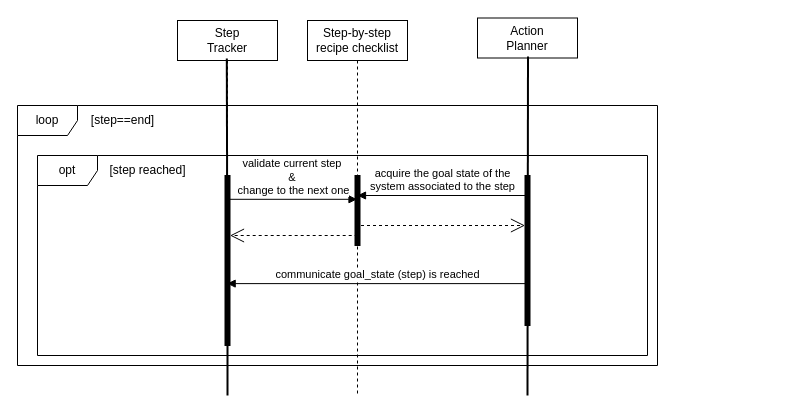
The draw.io diagram src/recipe_tracking/diagrams/sequence_diagram.drawio in ignithor/Assignment_Cogar_Group_C, before the edit. Source tidied: cells renumbered, new cells numbered last; positions are measured from the earlier drawing's top-left corner, leaving out a move shared by most shapes. Both pictures are drawn from the tidied source at 100%, with x=0, y=0 at pixel (17, 17).
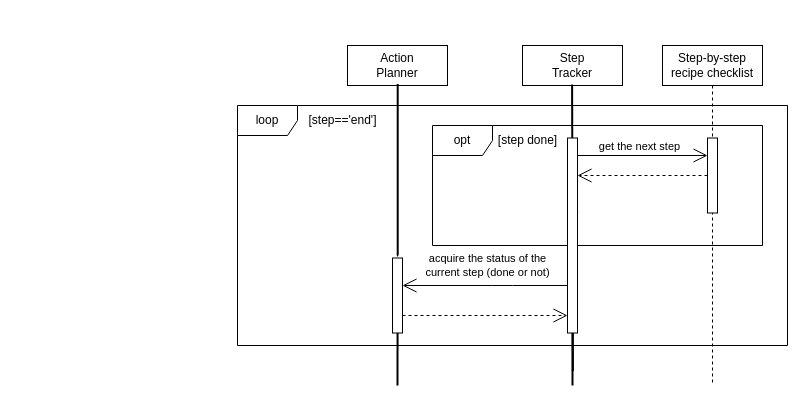
The same diagram, later.

What changed in the source:
```diff
@@
     <mxCell id="2" value="loop" style="shape=umlFrame;whiteSpace=wrap;html=1;" parent="1" vertex="1">
-      <mxGeometry y="88" width="640" height="260" as="geometry" />
+      <mxGeometry x="220" y="88" width="550" height="240" as="geometry" />
     </mxCell>
-    <mxCell id="3" value="[step==end]" style="text;html=1;align=center;verticalAlign=middle;strokeColor=none;fillColor=none;" parent="1" vertex="1">
-      <mxGeometry x="60" y="88" width="90" height="30" as="geometry" />
+    <mxCell id="3" value="[step=='end']" style="text;html=1;align=center;verticalAlign=middle;strokeColor=none;fillColor=none;" parent="1" vertex="1">
+      <mxGeometry x="280" y="88" width="90" height="30" as="geometry" />
     </mxCell>
     <mxCell id="4" value="opt" style="shape=umlFrame;whiteSpace=wrap;html=1;" parent="1" vertex="1">
-      <mxGeometry x="20" y="138" width="610" height="200" as="geometry" />
+      <mxGeometry x="415" y="108" width="330" height="120" as="geometry" />
     </mxCell>
-    <mxCell id="5" value="[step reached]" style="text;html=1;align=center;verticalAlign=middle;strokeColor=none;fillColor=none;" parent="1" vertex="1">
-      <mxGeometry x="80" y="138" width="100" height="30" as="geometry" />
+    <mxCell id="5" value="[step done]" style="text;html=1;align=center;verticalAlign=middle;strokeColor=none;fillColor=none;" parent="1" vertex="1">
+      <mxGeometry x="470" y="108" width="80" height="30" as="geometry" />
     </mxCell>
     <mxCell id="6" value="Step&lt;div&gt;Tracker&lt;/div&gt;" style="shape=umlLifeline;perimeter=lifelinePerimeter;whiteSpace=wrap;html=1;outlineConnect=0;portConstraint=eastwest;newEdgeStyle={&quot;curved&quot;:0,&quot;rounded&quot;:0};" parent="1" vertex="1">
-      <mxGeometry x="160" y="3" width="100" height="365" as="geometry" />
+      <mxGeometry x="505" y="28" width="100" height="340" as="geometry" />
     </mxCell>
     <mxCell id="7" value="Step-by-step&lt;div&gt;recipe checklist&lt;/div&gt;" style="shape=umlLifeline;perimeter=lifelinePerimeter;whiteSpace=wrap;html=1;outlineConnect=0;portConstraint=eastwest;newEdgeStyle={&quot;curved&quot;:0,&quot;rounded&quot;:0};" parent="1" vertex="1">
-      <mxGeometry x="290" y="3" width="100" height="375" as="geometry" />
+      <mxGeometry x="645" y="28" width="100" height="340" as="geometry" />
     </mxCell>
+    <mxCell id="20" style="html=1;points=[[0,0,0,0,5],[0,1,0,0,-5],[1,0,0,0,5],[1,1,0,0,-5]];perimeter=orthogonalPerimeter;outlineConnect=0;targetShapes=umlLifeline;portConstraint=eastwest;newEdgeStyle={&quot;curved&quot;:0,&quot;rounded&quot;:0};" parent="7" vertex="1">
+      <mxGeometry x="45" y="92.5" width="10" height="75" as="geometry" />
+    </mxCell>
     <mxCell id="8" value="Action&lt;div&gt;Planner&lt;/div&gt;" style="shape=umlLifeline;perimeter=lifelinePerimeter;whiteSpace=wrap;html=1;outlineConnect=0;portConstraint=eastwest;newEdgeStyle={&quot;curved&quot;:0,&quot;rounded&quot;:0};" parent="1" vertex="1">
-      <mxGeometry x="460" y="0.5" width="100" height="367.5" as="geometry" />
+      <mxGeometry x="330" y="28" width="100" height="340" as="geometry" />
     </mxCell>
-    <mxCell id="9" style="endArrow=none;startArrow=none;endFill=0;startFill=0;endSize=8;html=1;verticalAlign=bottom;labelBackgroundColor=none;strokeWidth=2;exitX=0.513;exitY=0.154;exitDx=0;exitDy=0;exitPerimeter=0;" parent="1" edge="1" source="11">
+    <mxCell id="9" style="endArrow=none;startArrow=none;endFill=0;startFill=0;endSize=8;html=1;verticalAlign=bottom;labelBackgroundColor=none;strokeWidth=2;exitX=0.513;exitY=0.154;exitDx=0;exitDy=0;exitPerimeter=0;" parent="1" edge="1">
       <mxGeometry relative="1" as="geometry">
-        <mxPoint x="210" y="378" as="targetPoint" />
+        <mxPoint x="555.1" y="209.2" as="sourcePoint" />
+        <mxPoint x="555" y="368" as="targetPoint" />
       </mxGeometry>
     </mxCell>
-    <mxCell id="10" style="endArrow=none;startArrow=none;endFill=0;startFill=0;endSize=8;html=1;verticalAlign=bottom;labelBackgroundColor=none;strokeWidth=2;entryX=0.505;entryY=0.998;entryDx=0;entryDy=0;entryPerimeter=0;exitX=0.493;exitY=0.104;exitDx=0;exitDy=0;exitPerimeter=0;" parent="1" edge="1" source="6" target="11">
-      <mxGeometry relative="1" as="geometry" />
+    <mxCell id="10" style="endArrow=none;startArrow=none;endFill=0;startFill=0;endSize=8;html=1;verticalAlign=bottom;labelBackgroundColor=none;strokeWidth=2;entryX=0.505;entryY=0.998;entryDx=0;entryDy=0;entryPerimeter=0;exitX=0.493;exitY=0.104;exitDx=0;exitDy=0;exitPerimeter=0;" parent="1" edge="1">
+      <mxGeometry relative="1" as="geometry">
+        <mxPoint x="554.6" y="67.1" as="sourcePoint" />
+        <mxPoint x="555.4" y="353.8" as="targetPoint" />
+      </mxGeometry>
     </mxCell>
-    <mxCell id="11" style="html=1;points=[];perimeter=orthogonalPerimeter;fillColor=strokeColor;" parent="1" vertex="1">
-      <mxGeometry x="207.5" y="158" width="5" height="170" as="geometry" />
-    </mxCell>
-    <mxCell id="12" style="html=1;perimeter=orthogonalPerimeter;fillColor=strokeColor;" parent="1" vertex="1">
-      <mxGeometry x="337.5" y="158" width="5" height="70" as="geometry" />
-    </mxCell>
-    <mxCell id="13" style="html=1;perimeter=orthogonalPerimeter;fillColor=strokeColor;" parent="1" vertex="1">
-      <mxGeometry x="507.5" y="158" width="5" height="150" as="geometry" />
-    </mxCell>
-    <mxCell id="14" value="communicate goal_state (step) is reached" style="html=1;verticalAlign=bottom;endArrow=block;curved=0;rounded=0;entryX=0.435;entryY=0.636;entryDx=0;entryDy=0;entryPerimeter=0;" parent="1" edge="1" source="8" target="11">
-      <mxGeometry relative="1" as="geometry" />
-    </mxCell>
-    <mxCell id="15" value="acquire the goal state of the&lt;div&gt;system associated to the step&lt;/div&gt;" style="html=1;verticalAlign=bottom;endArrow=block;curved=0;rounded=0;" parent="1" edge="1" source="8">
-      <mxGeometry relative="1" as="geometry">
-        <mxPoint x="340" y="178" as="targetPoint" />
-      </mxGeometry>
-    </mxCell>
-    <mxCell id="16" value="validate current step&amp;nbsp;&lt;div&gt;&amp;amp;&amp;nbsp;&lt;div&gt;change to the next one&lt;/div&gt;&lt;/div&gt;" style="html=1;verticalAlign=bottom;endArrow=block;curved=0;rounded=0;exitX=0.851;exitY=0.14;exitDx=0;exitDy=0;exitPerimeter=0;" parent="1" edge="1" source="11" target="7">
-      <mxGeometry relative="1" as="geometry" />
-    </mxCell>
-    <mxCell id="17" style="endArrow=open;endSize=12;dashed=1;html=1;entryX=0.851;entryY=0.289;entryDx=0;entryDy=0;entryPerimeter=0;" parent="1" edge="1">
-      <mxGeometry relative="1" as="geometry">
-        <mxPoint x="340.2" y="218" as="sourcePoint" />
-        <mxPoint x="212.5" y="218" as="targetPoint" />
-      </mxGeometry>
+    <mxCell id="17" style="endArrow=open;endSize=12;dashed=1;html=1;" parent="1" edge="1" source="20" target="22">
+      <mxGeometry relative="1" as="geometry" />
     </mxCell>
     <mxCell id="18" style="endArrow=open;endSize=12;dashed=1;html=1;" parent="1" edge="1">
       <mxGeometry relative="1" as="geometry">
-        <mxPoint x="337.5" y="208" as="sourcePoint" />
-        <mxPoint x="507.5" y="208" as="targetPoint" />
+        <mxPoint x="385" y="298" as="sourcePoint" />
+        <mxPoint x="550" y="298" as="targetPoint" />
       </mxGeometry>
     </mxCell>
-    <mxCell id="19" style="endArrow=none;startArrow=none;endFill=0;startFill=0;endSize=8;html=1;verticalAlign=bottom;labelBackgroundColor=none;strokeWidth=2;exitX=0.513;exitY=0.154;exitDx=0;exitDy=0;exitPerimeter=0;" parent="1" edge="1">
+    <mxCell id="19" style="endArrow=none;startArrow=none;endFill=0;startFill=0;endSize=8;html=1;verticalAlign=bottom;labelBackgroundColor=none;strokeWidth=2;exitX=0.513;exitY=0.154;exitDx=0;exitDy=0;exitPerimeter=0;" parent="1" edge="1" source="27">
       <mxGeometry relative="1" as="geometry">
-        <mxPoint x="510.5" y="39" as="sourcePoint" />
-        <mxPoint x="510" y="378" as="targetPoint" />
+        <mxPoint x="380" y="368" as="targetPoint" />
       </mxGeometry>
     </mxCell>
+    <mxCell id="21" style="html=1;verticalAlign=bottom;endArrow=block;curved=0;rounded=0;exitX=0.851;exitY=0.14;exitDx=0;exitDy=0;exitPerimeter=0;fontStyle=1;" parent="1" edge="1" target="22">
+      <mxGeometry relative="1" as="geometry">
+        <mxPoint x="556.8" y="206.8" as="sourcePoint" />
+      </mxGeometry>
+    </mxCell>
+    <mxCell id="22" style="html=1;points=[[0,0,0,0,5],[0,1,0,0,-5],[1,0,0,0,5],[1,1,0,0,-5]];perimeter=orthogonalPerimeter;outlineConnect=0;targetShapes=umlLifeline;portConstraint=eastwest;newEdgeStyle={&quot;curved&quot;:0,&quot;rounded&quot;:0};" parent="1" vertex="1">
+      <mxGeometry x="550" y="120.5" width="10" height="195" as="geometry" />
+    </mxCell>
+    <mxCell id="23" style="endArrow=none;startArrow=none;endFill=0;startFill=0;endSize=8;html=1;verticalAlign=bottom;labelBackgroundColor=none;strokeWidth=2;exitX=0.513;exitY=0.154;exitDx=0;exitDy=0;exitPerimeter=0;" parent="1" edge="1">
+      <mxGeometry relative="1" as="geometry">
+        <mxPoint x="380.2" y="66.5" as="sourcePoint" />
+        <mxPoint x="380.2" y="238" as="targetPoint" />
+      </mxGeometry>
+    </mxCell>
+    <mxCell id="24" style="endArrow=open;endFill=1;endSize=12;html=1;" parent="1" edge="1" source="22" target="27">
+      <mxGeometry relative="1" as="geometry">
+        <Array as="points">
+          <mxPoint x="485" y="268" />
+        </Array>
+      </mxGeometry>
+    </mxCell>
+    <mxCell id="25" value="acquire the status of&amp;nbsp;&lt;span style=&quot;background-color: light-dark(#ffffff, var(--ge-dark-color, #121212));&quot;&gt;the&lt;/span&gt;&lt;div&gt;&lt;span style=&quot;background-color: light-dark(#ffffff, var(--ge-dark-color, #121212));&quot;&gt;current step (done or not)&lt;/span&gt;&lt;/div&gt;" style="edgeLabel;html=1;align=center;verticalAlign=middle;" parent="24" vertex="1">
+      <mxGeometry x="-0.3" y="2" relative="1" as="geometry">
+        <mxPoint x="-23" y="-23" as="offset" />
+      </mxGeometry>
+    </mxCell>
+    <mxCell id="26" style="endArrow=none;startArrow=none;endFill=0;startFill=0;endSize=8;html=1;verticalAlign=bottom;labelBackgroundColor=none;strokeWidth=2;exitX=0.513;exitY=0.154;exitDx=0;exitDy=0;exitPerimeter=0;" parent="1" edge="1" target="27">
+      <mxGeometry relative="1" as="geometry">
+        <mxPoint x="380.1" y="249.6" as="sourcePoint" />
+      </mxGeometry>
+    </mxCell>
+    <mxCell id="27" style="html=1;points=[[0,0,0,0,5],[0,1,0,0,-5],[1,0,0,0,5],[1,1,0,0,-5]];perimeter=orthogonalPerimeter;outlineConnect=0;targetShapes=umlLifeline;portConstraint=eastwest;newEdgeStyle={&quot;curved&quot;:0,&quot;rounded&quot;:0};" parent="1" vertex="1">
+      <mxGeometry x="375" y="240.5" width="10" height="75" as="geometry" />
+    </mxCell>
+    <mxCell id="28" style="endArrow=open;endFill=1;endSize=12;html=1;" parent="1" edge="1" target="20">
+      <mxGeometry relative="1" as="geometry">
+        <mxPoint x="560" y="138" as="sourcePoint" />
+      </mxGeometry>
+    </mxCell>
+    <mxCell id="29" value="get the next step" style="edgeLabel;html=1;align=center;verticalAlign=middle;" parent="28" vertex="1">
+      <mxGeometry x="-0.3" y="2" relative="1" as="geometry">
+        <mxPoint x="15" y="-8" as="offset" />
+      </mxGeometry>
+    </mxCell>
```
